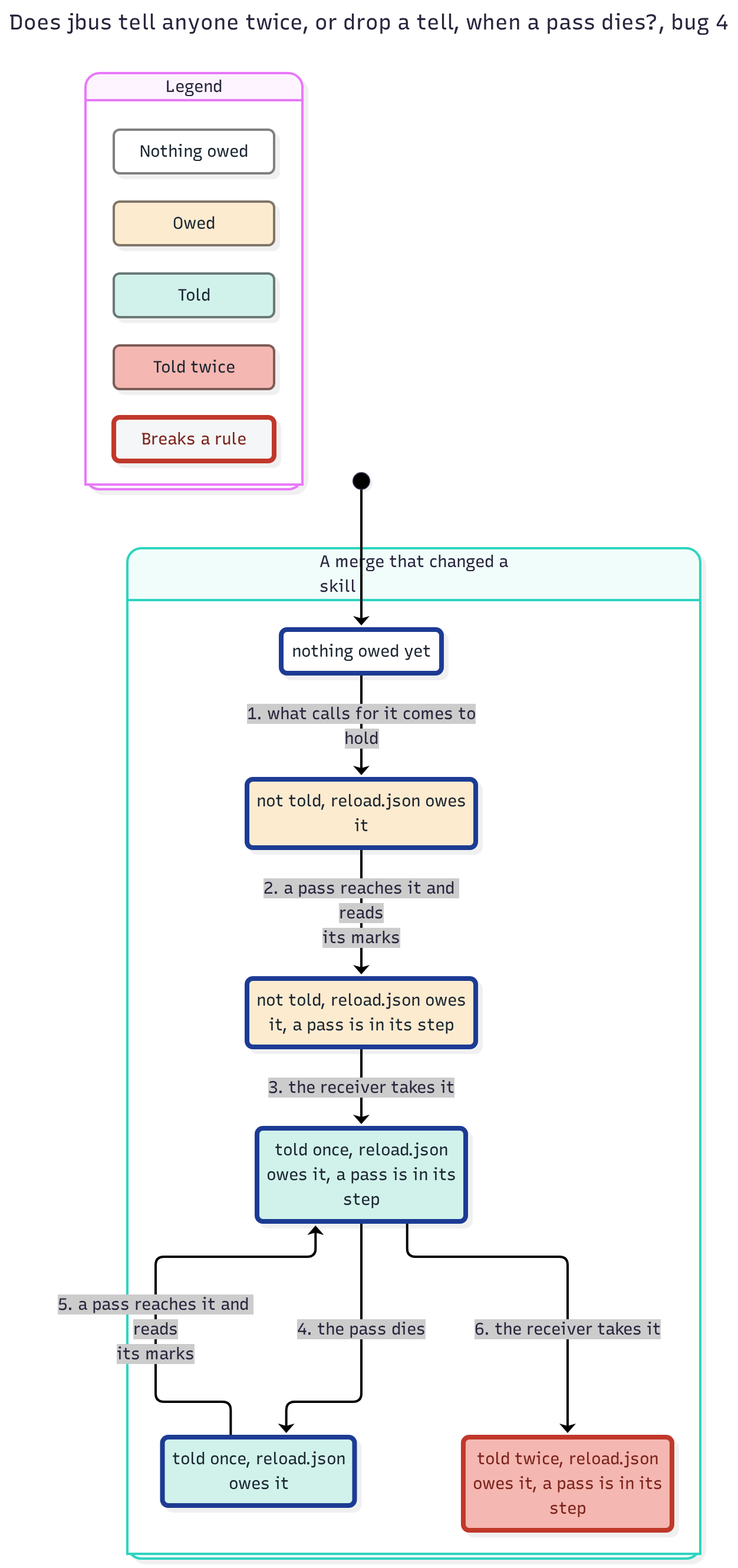
The Mermaid diagram features/jbus/spec/TellOnce-statechart/bug-4.png in JoshuaHayesWasHere/jstack, before a commit. Its source is kept beside it as features/jbus/spec/TellOnce-statechart/bug-4.mmd.
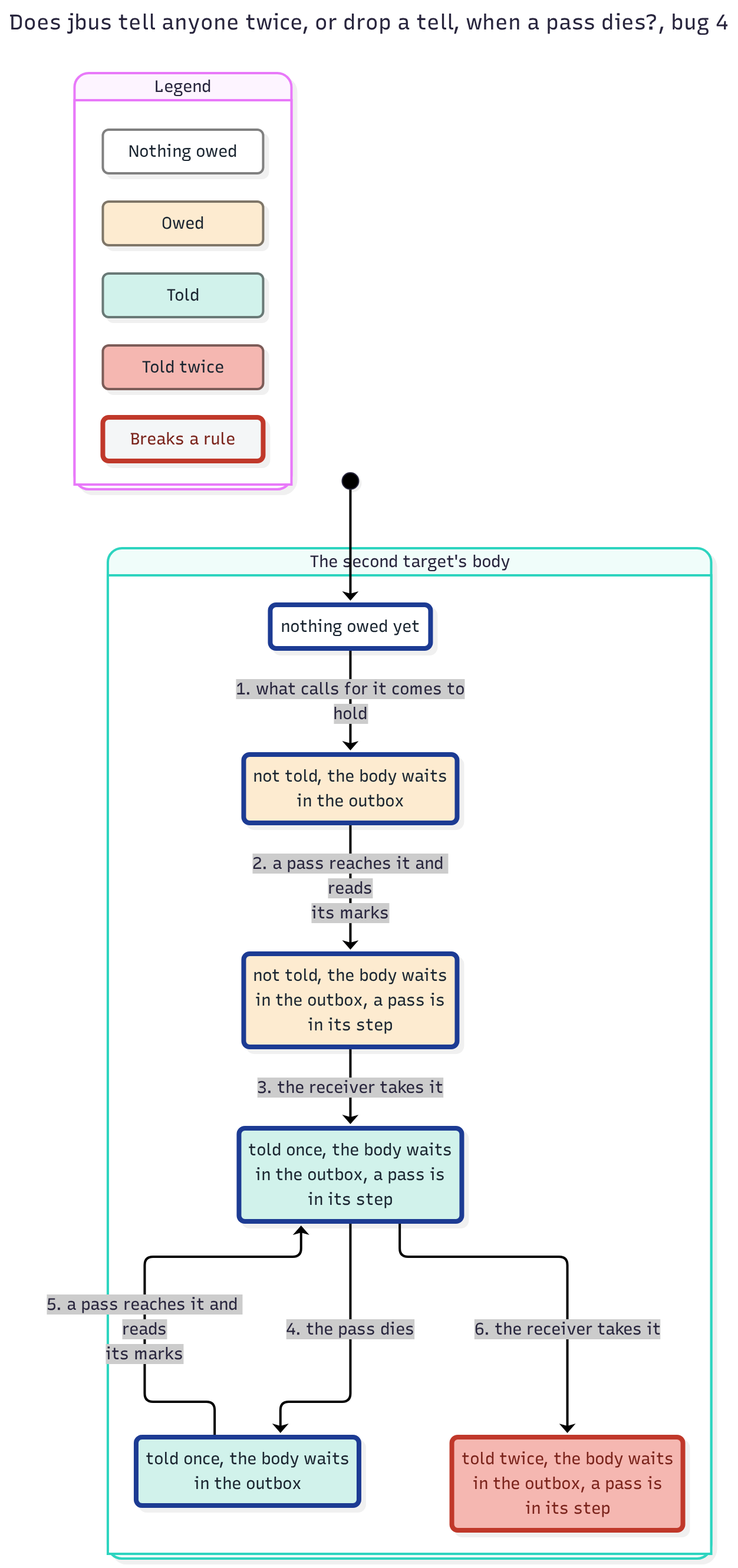
After the commit.

Diff of the diagram source:
```diff
@@ -27,13 +27,13 @@
   class legendGroup2 group2
   class legendGroup3 group3
   class legendWrong plainWrong
-  state "A merge that changed a<br/>skill" as g0 {
-    state "not told, reload.json owes<br/>it" as s0
-    state "not told, reload.json owes<br/>it, a pass is in its step" as s1
+  state "The second target's body" as g0 {
+    state "not told, the body waits<br/>in the outbox" as s0
+    state "not told, the body waits<br/>in the outbox, a pass is<br/>in its step" as s1
     state "nothing owed yet" as s2
-    state "told once, reload.json<br/>owes it" as s3
-    state "told once, reload.json<br/>owes it, a pass is in its<br/>step" as s4
-    state "told twice, reload.json<br/>owes it, a pass is in its<br/>step" as s5
+    state "told once, the body waits<br/>in the outbox" as s3
+    state "told once, the body waits<br/>in the outbox, a pass is<br/>in its step" as s4
+    state "told twice, the body waits<br/>in the outbox, a pass is<br/>in its step" as s5
   }
   [*] --> s2
   s2 --> s0 : 1. what calls for it comes to<br/>hold
```
